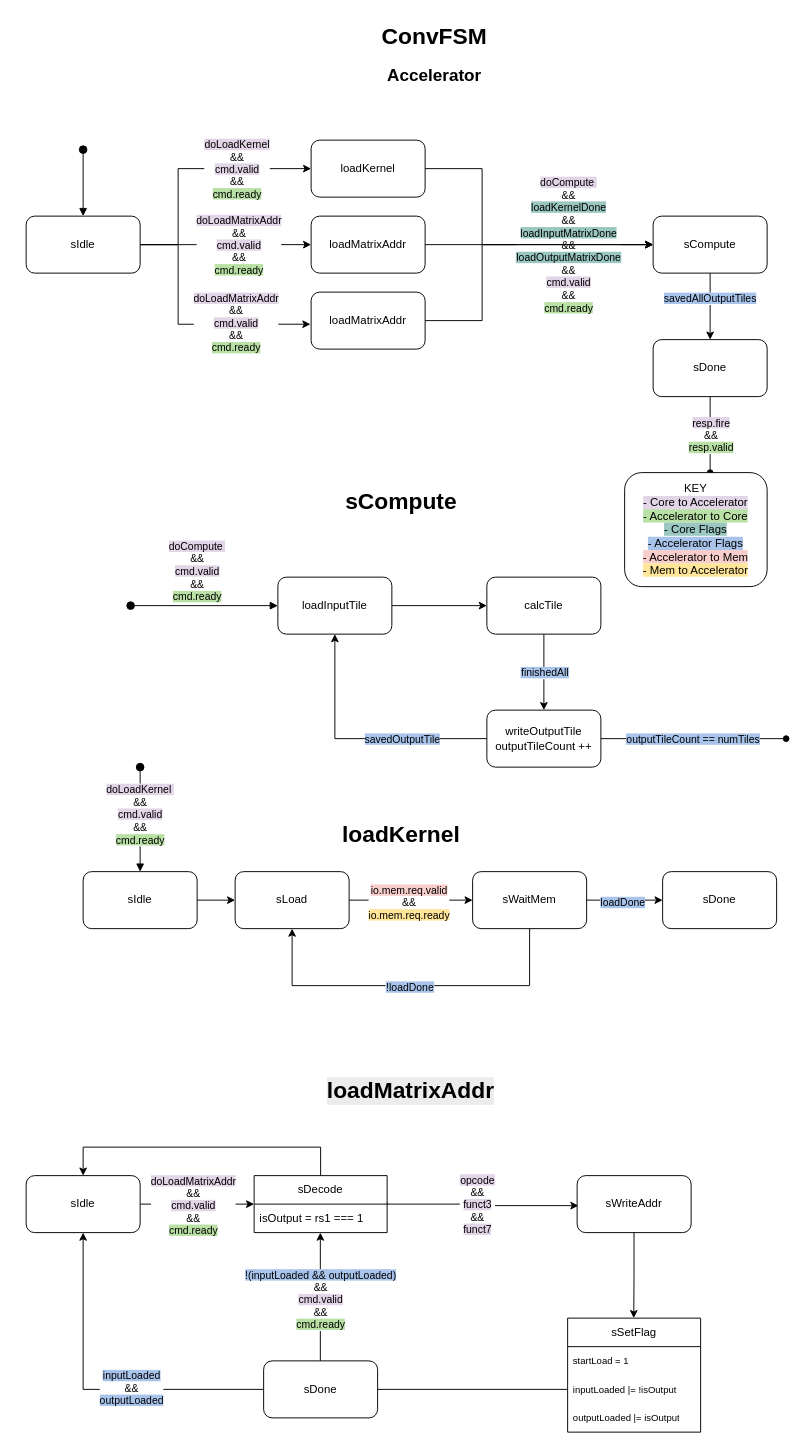
Above: ConvFSM_accel.drawio in sophia20753/Project (draw.io), before the change. Source tidied: cells renumbered, new cells numbered last; positions are measured from the earlier drawing's top-left corner, leaving out a move shared by most shapes. Both pictures are drawn from the tidied source at 95%, with x=0, y=0 at pixel (26, 16).
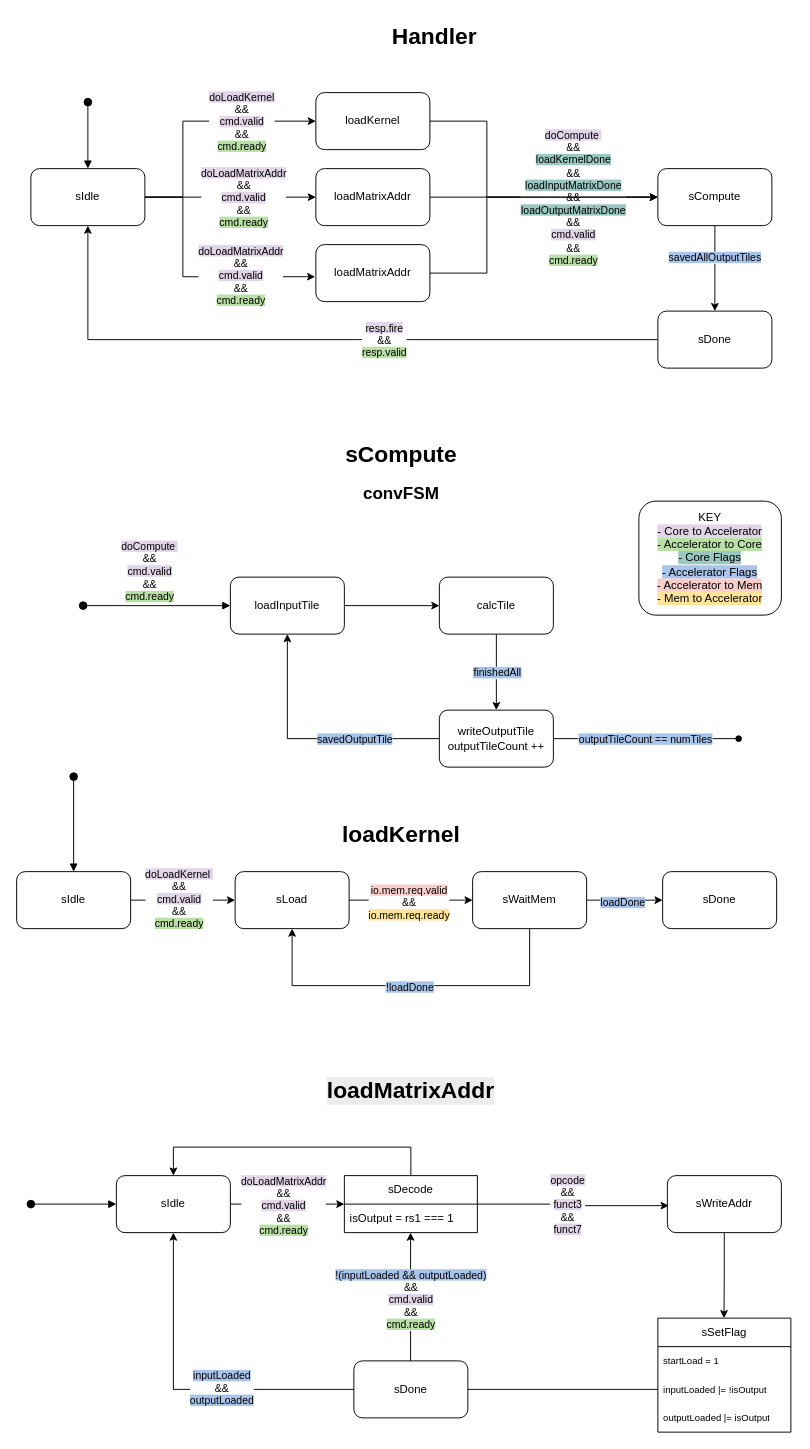
Above is the later version.

The change refers to these unchanged cells:
```xml
<mxCell id="30" style="edgeStyle=orthogonalEdgeStyle;rounded=0;jettySize=auto;html=1;" parent="1" edge="1" source="31" target="35">
  <mxGeometry relative="1" as="geometry" />
</mxCell>
<mxCell id="66" value="inputLoaded |= !isOutput" style="text;strokeColor=none;fillColor=none;align=left;verticalAlign=middle;spacingLeft=4;spacingRight=4;overflow=hidden;points=[[0,0.5],[1,0.5]];portConstraint=eastwest;whiteSpace=wrap;html=1;fontSize=10;" parent="64" vertex="1">
  <mxGeometry y="60" width="140" height="30" as="geometry" />
</mxCell>
<mxCell id="70" value="isOutput = rs1 === 1" style="text;strokeColor=none;fillColor=none;align=left;verticalAlign=middle;spacingLeft=4;spacingRight=4;overflow=hidden;points=[[0,0.5],[1,0.5]];portConstraint=eastwest;whiteSpace=wrap;html=1;" parent="69" vertex="1">
  <mxGeometry y="30" width="140" height="30" as="geometry" />
</mxCell>
```

Diff of the diagram source:
```diff
@@
-    <mxCell id="2" value="&lt;h1 style=&quot;margin-top: 0px;&quot;&gt;ConvFSM&lt;/h1&gt;&lt;h2&gt;Accelerator&lt;/h2&gt;" style="text;html=1;whiteSpace=wrap;overflow=hidden;rounded=0;align=center;" parent="1" vertex="1">
+    <mxCell id="2" value="&lt;h1 style=&quot;margin-top: 0px;&quot;&gt;Handler&lt;/h1&gt;" style="text;html=1;whiteSpace=wrap;overflow=hidden;rounded=0;align=center;" parent="1" vertex="1">
       <mxGeometry x="340" width="180" height="120" as="geometry" />
     </mxCell>
     <mxCell id="3" value="sCompute" style="rounded=1;whiteSpace=wrap;html=1;" parent="1" vertex="1">
-      <mxGeometry x="660" y="210" width="120" height="60" as="geometry" />
+      <mxGeometry x="665" y="160" width="120" height="60" as="geometry" />
     </mxCell>
+    <mxCell id="71" style="edgeStyle=orthogonalEdgeStyle;rounded=0;jettySize=auto;html=1;entryX=0.5;entryY=1;entryDx=0;entryDy=0;" parent="1" edge="1" source="4" target="16">
+      <mxGeometry relative="1" as="geometry" />
+    </mxCell>
+    <mxCell id="11" value="&lt;div&gt;&lt;span style=&quot;background-color: rgb(225, 213, 231);&quot;&gt;resp.fire&lt;/span&gt;&lt;/div&gt;&lt;div&gt;&amp;amp;&amp;amp;&lt;/div&gt;&lt;span style=&quot;background-color: rgb(185, 224, 165);&quot;&gt;resp.valid&lt;/span&gt;" style="edgeLabel;html=1;align=center;verticalAlign=middle;" parent="71" vertex="1">
+      <mxGeometry x="-0.22" y="4" relative="1" as="geometry">
+        <mxPoint x="-8" y="-4" as="offset" />
+      </mxGeometry>
+    </mxCell>
     <mxCell id="4" value="sDone" style="rounded=1;whiteSpace=wrap;html=1;" parent="1" vertex="1">
-      <mxGeometry x="660" y="340" width="120" height="60" as="geometry" />
+      <mxGeometry x="665" y="310" width="120" height="60" as="geometry" />
     </mxCell>
     <mxCell id="5" style="html=1;verticalAlign=bottom;startArrow=oval;startFill=1;endArrow=block;startSize=8;curved=0;rounded=0;entryX=0.5;entryY=0;entryDx=0;entryDy=0;" parent="1" edge="1">
       <mxGeometry relative="1" as="geometry">
-        <mxPoint x="60" y="140" as="sourcePoint" />
-        <mxPoint x="60" y="210" as="targetPoint" />
+        <mxPoint x="65" y="90" as="sourcePoint" />
+        <mxPoint x="65" y="160" as="targetPoint" />
       </mxGeometry>
     </mxCell>
@@
-    <mxCell id="10" style="endArrow=oval;html=1;rounded=0;exitX=0.5;exitY=1;exitDx=0;exitDy=0;endFill=1;" parent="1" edge="1" source="4">
-      <mxGeometry relative="1" as="geometry">
-        <mxPoint x="720" y="480" as="targetPoint" />
-      </mxGeometry>
-    </mxCell>
-    <mxCell id="11" value="&lt;div&gt;&lt;span style=&quot;background-color: rgb(225, 213, 231);&quot;&gt;resp.fire&lt;/span&gt;&lt;/div&gt;&lt;div&gt;&amp;amp;&amp;amp;&lt;/div&gt;&lt;span style=&quot;background-color: rgb(185, 224, 165);&quot;&gt;resp.valid&lt;/span&gt;" style="edgeLabel;html=1;align=center;verticalAlign=middle;" parent="10" vertex="1">
-      <mxGeometry x="-0.33" y="1" relative="1" as="geometry">
-        <mxPoint x="-1" y="13" as="offset" />
-      </mxGeometry>
-    </mxCell>
@@
     <mxCell id="14" style="edgeStyle=orthogonalEdgeStyle;rounded=0;jettySize=auto;html=1;exitX=1;exitY=0.5;exitDx=0;exitDy=0;entryX=0;entryY=0.5;entryDx=0;entryDy=0;" parent="1" edge="1" source="16" target="44">
       <mxGeometry relative="1" as="geometry">
         <Array as="points">
-          <mxPoint x="160" y="240" />
-          <mxPoint x="160" y="160" />
+          <mxPoint x="165" y="190" />
+          <mxPoint x="165" y="110" />
         </Array>
       </mxGeometry>
     </mxCell>
@@
     <mxCell id="16" value="sIdle" style="rounded=1;whiteSpace=wrap;html=1;" parent="1" vertex="1">
-      <mxGeometry y="210" width="120" height="60" as="geometry" />
+      <mxGeometry x="5" y="160" width="120" height="60" as="geometry" />
     </mxCell>
-    <mxCell id="17" value="&lt;h1 style=&quot;margin-top: 0px;&quot;&gt;sCompute&lt;/h1&gt;" style="text;html=1;whiteSpace=wrap;overflow=hidden;rounded=0;align=center;" parent="1" vertex="1">
-      <mxGeometry x="305" y="490" width="180" height="120" as="geometry" />
+    <mxCell id="17" value="&lt;h1 style=&quot;margin-top: 0px;&quot;&gt;sCompute&lt;/h1&gt;&lt;h2&gt;convFSM&lt;/h2&gt;" style="text;html=1;whiteSpace=wrap;overflow=hidden;rounded=0;align=center;" parent="1" vertex="1">
+      <mxGeometry x="305" y="440" width="180" height="120" as="geometry" />
     </mxCell>
@@
     <mxCell id="19" value="loadInputTile" style="rounded=1;whiteSpace=wrap;html=1;" parent="1" vertex="1">
-      <mxGeometry x="265" y="590" width="120" height="60" as="geometry" />
+      <mxGeometry x="215" y="590" width="120" height="60" as="geometry" />
     </mxCell>
     <mxCell id="20" value="&lt;span style=&quot;background-color: rgb(225, 213, 231);&quot;&gt;doCompute&amp;nbsp;&lt;/span&gt;&lt;div&gt;&amp;amp;&amp;amp;&lt;/div&gt;&lt;div&gt;&lt;span style=&quot;background-color: rgb(225, 213, 231);&quot;&gt;cmd.valid&lt;/span&gt;&lt;/div&gt;&lt;div&gt;&amp;amp;&amp;amp;&lt;/div&gt;&lt;div&gt;&lt;span style=&quot;background-color: rgb(185, 224, 165);&quot;&gt;cmd.ready&lt;/span&gt;&lt;/div&gt;" style="html=1;verticalAlign=bottom;startArrow=oval;startFill=1;endArrow=block;startSize=8;curved=0;rounded=0;entryX=0;entryY=0.5;entryDx=0;entryDy=0;" parent="1" edge="1" target="19">
       <mxGeometry x="-0.1" relative="1" as="geometry">
-        <mxPoint x="110" y="620" as="sourcePoint" />
+        <mxPoint x="60" y="620" as="sourcePoint" />
         <Array as="points">
-          <mxPoint x="110" y="620" />
+          <mxPoint x="60" y="620" />
         </Array>
       </mxGeometry>
     </mxCell>
@@
     <mxCell id="23" value="calcTile" style="rounded=1;whiteSpace=wrap;html=1;" parent="1" vertex="1">
-      <mxGeometry x="485" y="590" width="120" height="60" as="geometry" />
+      <mxGeometry x="435" y="590" width="120" height="60" as="geometry" />
     </mxCell>
@@
     <mxCell id="25" value="writeOutputTile&lt;div&gt;outputTileCount ++&lt;/div&gt;" style="rounded=1;whiteSpace=wrap;html=1;" parent="1" vertex="1">
-      <mxGeometry x="485" y="730" width="120" height="60" as="geometry" />
+      <mxGeometry x="435" y="730" width="120" height="60" as="geometry" />
     </mxCell>
     <mxCell id="26" style="endArrow=classic;html=1;rounded=0;exitX=0;exitY=0.5;exitDx=0;exitDy=0;entryX=0.5;entryY=1;entryDx=0;entryDy=0;" parent="1" edge="1" source="25" target="19">
       <mxGeometry relative="1" as="geometry">
         <Array as="points">
-          <mxPoint x="325" y="760" />
+          <mxPoint x="275" y="760" />
         </Array>
       </mxGeometry>
     </mxCell>
@@
     <mxCell id="28" style="endArrow=oval;html=1;rounded=0;exitX=1;exitY=0.5;exitDx=0;exitDy=0;endFill=1;" parent="1" edge="1" source="25">
       <mxGeometry relative="1" as="geometry">
-        <mxPoint x="800" y="760" as="targetPoint" />
+        <mxPoint x="750" y="760" as="targetPoint" />
       </mxGeometry>
     </mxCell>
@@
+    <mxCell id="72" value="&lt;span style=&quot;background-color: rgb(225, 213, 231);&quot;&gt;doLoadKernel&amp;nbsp;&lt;/span&gt;&lt;div&gt;&amp;amp;&amp;amp;&lt;/div&gt;&lt;div&gt;&lt;span style=&quot;background-color: rgb(225, 213, 231);&quot;&gt;cmd.valid&lt;/span&gt;&lt;/div&gt;&lt;div&gt;&amp;amp;&amp;amp;&lt;/div&gt;&lt;div&gt;&lt;span style=&quot;background-color: rgb(185, 224, 165);&quot;&gt;cmd.ready&lt;/span&gt;&lt;/div&gt;" style="edgeLabel;html=1;align=center;verticalAlign=middle;" parent="30" vertex="1">
+      <mxGeometry x="-0.15" y="2" relative="1" as="geometry">
+        <mxPoint x="3" as="offset" />
+      </mxGeometry>
+    </mxCell>
     <mxCell id="31" value="sIdle" style="rounded=1;whiteSpace=wrap;html=1;" parent="1" vertex="1">
-      <mxGeometry x="60" y="900" width="120" height="60" as="geometry" />
+      <mxGeometry x="-10" y="900" width="120" height="60" as="geometry" />
     </mxCell>
-    <mxCell id="32" value="&lt;span style=&quot;background-color: rgb(225, 213, 231);&quot;&gt;doLoadKernel&amp;nbsp;&lt;/span&gt;&lt;div&gt;&amp;amp;&amp;amp;&lt;/div&gt;&lt;div&gt;&lt;span style=&quot;background-color: rgb(225, 213, 231);&quot;&gt;cmd.valid&lt;/span&gt;&lt;/div&gt;&lt;div&gt;&amp;amp;&amp;amp;&lt;/div&gt;&lt;div&gt;&lt;span style=&quot;background-color: rgb(185, 224, 165);&quot;&gt;cmd.ready&lt;/span&gt;&lt;/div&gt;" style="html=1;verticalAlign=bottom;startArrow=oval;startFill=1;endArrow=block;startSize=8;curved=0;rounded=0;entryX=0.5;entryY=0;entryDx=0;entryDy=0;" parent="1" edge="1" target="31">
+    <mxCell id="32" style="html=1;verticalAlign=bottom;startArrow=oval;startFill=1;endArrow=block;startSize=8;curved=0;rounded=0;entryX=0.5;entryY=0;entryDx=0;entryDy=0;" parent="1" edge="1" target="31">
       <mxGeometry x="0.57" relative="1" as="geometry">
-        <mxPoint x="120" y="790" as="sourcePoint" />
+        <mxPoint x="50" y="800" as="sourcePoint" />
       </mxGeometry>
     </mxCell>
@@
     <mxCell id="40" value="KEY&lt;div&gt;&lt;span style=&quot;background-color: rgb(225, 213, 231);&quot;&gt;- Core to Accelerator&lt;/span&gt;&lt;/div&gt;&lt;div&gt;&lt;span style=&quot;background-color: rgb(185, 224, 165);&quot;&gt;- Accelerator to Core&lt;/span&gt;&lt;/div&gt;&lt;div&gt;&lt;span style=&quot;background-color: rgb(154, 199, 191);&quot;&gt;- Core Flags&lt;/span&gt;&lt;/div&gt;&lt;div&gt;&lt;span style=&quot;background-color: rgb(169, 196, 235);&quot;&gt;- Accelerator Flags&lt;/span&gt;&lt;/div&gt;&lt;div&gt;&lt;span style=&quot;background-color: rgb(248, 206, 204);&quot;&gt;- Accelerator to Mem&lt;/span&gt;&lt;/div&gt;&lt;div&gt;&lt;span style=&quot;background-color: rgb(255, 229, 153);&quot;&gt;- Mem to Accelerator&lt;/span&gt;&lt;/div&gt;" style="rounded=1;whiteSpace=wrap;html=1;labelBackgroundColor=default;" parent="1" vertex="1">
-      <mxGeometry x="630" y="480" width="150" height="120" as="geometry" />
+      <mxGeometry x="645" y="510" width="150" height="120" as="geometry" />
     </mxCell>
@@
     <mxCell id="43" style="edgeStyle=orthogonalEdgeStyle;rounded=0;jettySize=auto;html=1;exitX=1;exitY=0.5;exitDx=0;exitDy=0;entryX=0;entryY=0.5;entryDx=0;entryDy=0;" parent="1" edge="1" source="44" target="3">
       <mxGeometry relative="1" as="geometry">
         <Array as="points">
-          <mxPoint x="480" y="160" />
-          <mxPoint x="480" y="240" />
+          <mxPoint x="485" y="110" />
+          <mxPoint x="485" y="190" />
         </Array>
       </mxGeometry>
     </mxCell>
     <mxCell id="44" value="loadKernel" style="rounded=1;whiteSpace=wrap;html=1;" parent="1" vertex="1">
-      <mxGeometry x="300" y="130" width="120" height="60" as="geometry" />
+      <mxGeometry x="305" y="80" width="120" height="60" as="geometry" />
     </mxCell>
     <mxCell id="45" value="loadMatrixAddr" style="rounded=1;whiteSpace=wrap;html=1;" parent="1" vertex="1">
-      <mxGeometry x="300" y="210" width="120" height="60" as="geometry" />
+      <mxGeometry x="305" y="160" width="120" height="60" as="geometry" />
     </mxCell>
     <mxCell id="46" style="edgeStyle=orthogonalEdgeStyle;rounded=0;jettySize=auto;html=1;exitX=1;exitY=0.5;exitDx=0;exitDy=0;entryX=0;entryY=0.5;entryDx=0;entryDy=0;" parent="1" edge="1" source="47" target="3">
       <mxGeometry relative="1" as="geometry">
         <Array as="points">
-          <mxPoint x="480" y="320" />
-          <mxPoint x="480" y="240" />
+          <mxPoint x="485" y="270" />
+          <mxPoint x="485" y="190" />
         </Array>
       </mxGeometry>
     </mxCell>
     <mxCell id="47" value="loadMatrixAddr" style="rounded=1;whiteSpace=wrap;html=1;" parent="1" vertex="1">
-      <mxGeometry x="300" y="290" width="120" height="60" as="geometry" />
+      <mxGeometry x="305" y="240" width="120" height="60" as="geometry" />
     </mxCell>
     <mxCell id="48" style="edgeStyle=orthogonalEdgeStyle;rounded=0;jettySize=auto;html=1;exitX=1;exitY=0.5;exitDx=0;exitDy=0;entryX=-0.006;entryY=0.563;entryDx=0;entryDy=0;entryPerimeter=0;" parent="1" edge="1" source="16" target="47">
       <mxGeometry relative="1" as="geometry">
         <Array as="points">
-          <mxPoint x="160" y="240" />
-          <mxPoint x="160" y="324" />
+          <mxPoint x="165" y="190" />
+          <mxPoint x="165" y="274" />
         </Array>
       </mxGeometry>
     </mxCell>
@@
     <mxCell id="50" style="edgeStyle=orthogonalEdgeStyle;rounded=0;jettySize=auto;html=1;" parent="1" edge="1" source="52">
       <mxGeometry relative="1" as="geometry">
-        <mxPoint x="240" y="1250" as="targetPoint" />
+        <mxPoint x="335" y="1250" as="targetPoint" />
       </mxGeometry>
     </mxCell>
@@
     <mxCell id="52" value="sIdle" style="rounded=1;whiteSpace=wrap;html=1;" parent="1" vertex="1">
-      <mxGeometry y="1220" width="120" height="60" as="geometry" />
+      <mxGeometry x="95" y="1220" width="120" height="60" as="geometry" />
     </mxCell>
@@
     <mxCell id="54" style="edgeStyle=orthogonalEdgeStyle;rounded=0;jettySize=auto;html=1;entryX=0.01;entryY=0.052;entryDx=0;entryDy=0;entryPerimeter=0;exitX=1.002;exitY=-0.059;exitDx=0;exitDy=0;exitPerimeter=0;" parent="1" edge="1" source="70">
       <mxGeometry relative="1" as="geometry">
-        <mxPoint x="581.4" y="1251.6" as="targetPoint" />
+        <mxPoint x="676.4" y="1251.6" as="targetPoint" />
         <Array as="points">
-          <mxPoint x="380" y="1250" />
-          <mxPoint x="481" y="1250" />
-          <mxPoint x="481" y="1252" />
+          <mxPoint x="475" y="1250" />
+          <mxPoint x="576" y="1250" />
+          <mxPoint x="576" y="1252" />
         </Array>
       </mxGeometry>
     </mxCell>
@@
     <mxCell id="56" style="edgeStyle=orthogonalEdgeStyle;rounded=0;jettySize=auto;html=1;exitX=0.5;exitY=0;exitDx=0;exitDy=0;" parent="1" edge="1" source="69">
       <mxGeometry relative="1" as="geometry">
-        <mxPoint x="60" y="1220" as="targetPoint" />
+        <mxPoint x="155" y="1220" as="targetPoint" />
         <Array as="points">
-          <mxPoint x="310" y="1190" />
-          <mxPoint x="60" y="1190" />
+          <mxPoint x="405" y="1190" />
+          <mxPoint x="155" y="1190" />
         </Array>
       </mxGeometry>
     </mxCell>
     <mxCell id="57" style="edgeStyle=orthogonalEdgeStyle;rounded=0;orthogonalLoop=1;jettySize=auto;html=1;exitX=0.502;exitY=0.996;exitDx=0;exitDy=0;exitPerimeter=0;" parent="1" edge="1">
       <mxGeometry relative="1" as="geometry">
-        <mxPoint x="639.9" y="1279.9" as="sourcePoint" />
-        <mxPoint x="639.6" y="1370" as="targetPoint" />
+        <mxPoint x="734.9" y="1279.9" as="sourcePoint" />
+        <mxPoint x="734.6" y="1370" as="targetPoint" />
         <Array as="points">
-          <mxPoint x="640" y="1325" />
-          <mxPoint x="640" y="1325" />
+          <mxPoint x="735" y="1325" />
+          <mxPoint x="735" y="1325" />
         </Array>
       </mxGeometry>
     </mxCell>
     <mxCell id="58" style="edgeStyle=orthogonalEdgeStyle;rounded=0;jettySize=auto;html=1;entryX=1;entryY=0.5;entryDx=0;entryDy=0;exitX=0;exitY=0.5;exitDx=0;exitDy=0;" parent="1" edge="1" source="66" target="63">
       <mxGeometry relative="1" as="geometry">
         <Array as="points">
-          <mxPoint x="360" y="1445" />
+          <mxPoint x="455" y="1445" />
         </Array>
       </mxGeometry>
     </mxCell>
@@
     <mxCell id="61" style="edgeStyle=orthogonalEdgeStyle;rounded=0;orthogonalLoop=1;jettySize=auto;html=1;entryX=0.5;entryY=1;entryDx=0;entryDy=0;" parent="1" edge="1">
       <mxGeometry relative="1" as="geometry">
-        <mxPoint x="309.7" y="1415" as="sourcePoint" />
-        <mxPoint x="309.7" y="1280" as="targetPoint" />
+        <mxPoint x="404.7" y="1415" as="sourcePoint" />
+        <mxPoint x="404.7" y="1280" as="targetPoint" />
       </mxGeometry>
     </mxCell>
@@
     <mxCell id="63" value="sDone" style="rounded=1;whiteSpace=wrap;html=1;" parent="1" vertex="1">
-      <mxGeometry x="250" y="1415" width="120" height="60" as="geometry" />
+      <mxGeometry x="345" y="1415" width="120" height="60" as="geometry" />
     </mxCell>
     <mxCell id="64" value="sSetFlag" style="swimlane;fontStyle=0;horizontal=1;startSize=30;whiteSpace=wrap;html=1;" parent="1" vertex="1">
-      <mxGeometry x="570" y="1370" width="140" height="120" as="geometry" />
+      <mxGeometry x="665" y="1370" width="140" height="120" as="geometry" />
     </mxCell>
@@
     <mxCell id="68" value="sWriteAddr" style="rounded=1;whiteSpace=wrap;html=1;" parent="1" vertex="1">
-      <mxGeometry x="580" y="1220" width="120" height="60" as="geometry" />
+      <mxGeometry x="675" y="1220" width="120" height="60" as="geometry" />
     </mxCell>
     <mxCell id="69" value="sDecode" style="swimlane;fontStyle=0;horizontal=1;startSize=30;whiteSpace=wrap;html=1;" parent="1" vertex="1">
-      <mxGeometry x="240" y="1220" width="140" height="60" as="geometry" />
+      <mxGeometry x="335" y="1220" width="140" height="60" as="geometry" />
     </mxCell>
@@
+    <mxCell id="73" style="html=1;verticalAlign=bottom;startArrow=oval;startFill=1;endArrow=block;startSize=8;curved=0;rounded=0;entryX=0;entryY=0.5;entryDx=0;entryDy=0;" parent="1" edge="1" target="52">
+      <mxGeometry x="0.57" relative="1" as="geometry">
+        <mxPoint x="5" y="1250" as="sourcePoint" />
+      </mxGeometry>
+    </mxCell>
```
